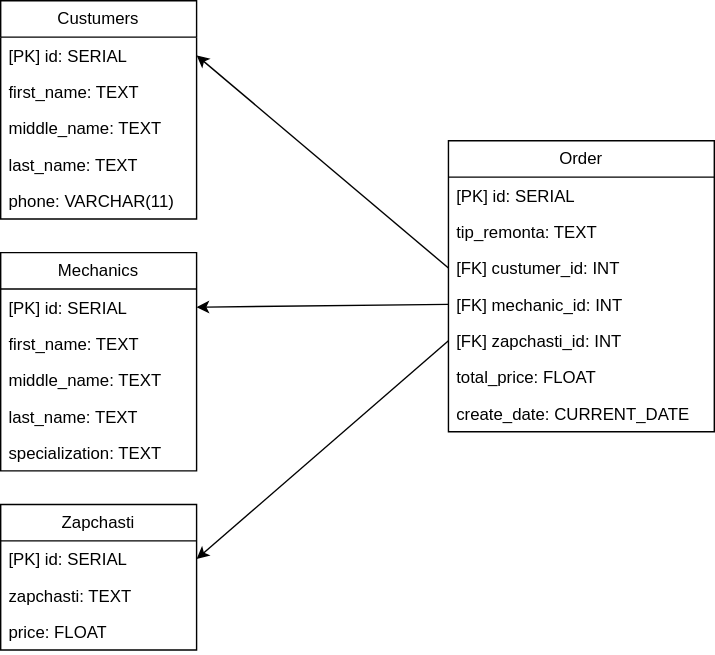
This is part_1/scheme/Service.svg from Goodchild21/Baza_autoservice, a draw.io export, as it was before one commit. Source tidied: cells renumbered, new cells last; positions are measured from the earlier drawing's top-left corner, leaving out a move shared by most shapes.
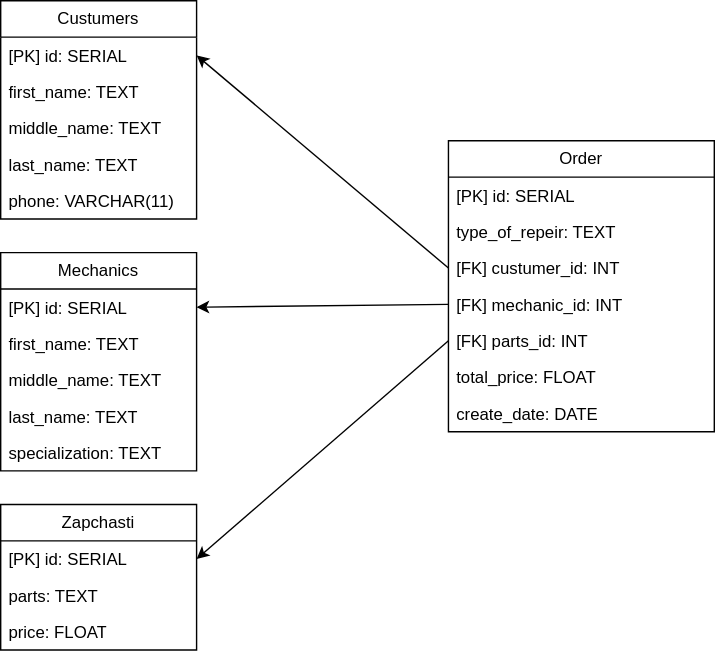
Above is the later version.

Change to the diagram source:
```diff
@@ -44,7 +44,7 @@
     <mxCell id="15" value="[PK] id: SERIAL" style="text;strokeColor=none;fillColor=none;align=left;verticalAlign=top;spacingLeft=4;spacingRight=4;overflow=hidden;points=[[0,0.5],[1,0.5]];portConstraint=eastwest;whiteSpace=wrap;html=1;" parent="14" vertex="1">
       <mxGeometry y="26" width="140" height="26" as="geometry" />
     </mxCell>
-    <mxCell id="16" value="zapchasti: TEXT" style="text;strokeColor=none;fillColor=none;align=left;verticalAlign=top;spacingLeft=4;spacingRight=4;overflow=hidden;whiteSpace=wrap;html=1;" parent="14" vertex="1">
+    <mxCell id="16" value="parts: TEXT" style="text;strokeColor=none;fillColor=none;align=left;verticalAlign=top;spacingLeft=4;spacingRight=4;overflow=hidden;whiteSpace=wrap;html=1;" parent="14" vertex="1">
       <mxGeometry y="52" width="140" height="26" as="geometry" />
     </mxCell>
     <mxCell id="17" value="price: FLOAT" style="text;strokeColor=none;fillColor=none;align=left;verticalAlign=top;spacingLeft=4;spacingRight=4;overflow=hidden;whiteSpace=wrap;html=1;" parent="14" vertex="1">
@@ -56,7 +56,7 @@
     <mxCell id="19" value="[PK] id: SERIAL" style="text;strokeColor=none;fillColor=none;align=left;verticalAlign=top;spacingLeft=4;spacingRight=4;overflow=hidden;whiteSpace=wrap;html=1;" parent="18" vertex="1">
       <mxGeometry y="26" width="190" height="26" as="geometry" />
     </mxCell>
-    <mxCell id="20" value="tip_remonta: TEXT" style="text;strokeColor=none;fillColor=none;align=left;verticalAlign=top;spacingLeft=4;spacingRight=4;overflow=hidden;whiteSpace=wrap;html=1;" parent="18" vertex="1">
+    <mxCell id="20" value="type_of_repeir: TEXT" style="text;strokeColor=none;fillColor=none;align=left;verticalAlign=top;spacingLeft=4;spacingRight=4;overflow=hidden;whiteSpace=wrap;html=1;" parent="18" vertex="1">
       <mxGeometry y="52" width="190" height="26" as="geometry" />
     </mxCell>
     <mxCell id="21" value="[FK] custumer_id: INT" style="text;strokeColor=none;fillColor=none;align=left;verticalAlign=top;spacingLeft=4;spacingRight=4;overflow=hidden;points=[[0,0.5],[1,0.5]];portConstraint=eastwest;whiteSpace=wrap;html=1;" parent="18" vertex="1">
@@ -65,13 +65,13 @@
     <mxCell id="22" value="[FK] mechanic_id: INT" style="text;strokeColor=none;fillColor=none;align=left;verticalAlign=top;spacingLeft=4;spacingRight=4;overflow=hidden;points=[[0,0.5],[1,0.5]];portConstraint=eastwest;whiteSpace=wrap;html=1;" parent="18" vertex="1">
       <mxGeometry y="104" width="190" height="26" as="geometry" />
     </mxCell>
-    <mxCell id="23" value="[FK] zapchasti_id: INT" style="text;strokeColor=none;fillColor=none;align=left;verticalAlign=top;spacingLeft=4;spacingRight=4;overflow=hidden;points=[[0,0.5],[1,0.5]];portConstraint=eastwest;whiteSpace=wrap;html=1;" parent="18" vertex="1">
+    <mxCell id="23" value="[FK] parts_id: INT" style="text;strokeColor=none;fillColor=none;align=left;verticalAlign=top;spacingLeft=4;spacingRight=4;overflow=hidden;points=[[0,0.5],[1,0.5]];portConstraint=eastwest;whiteSpace=wrap;html=1;" parent="18" vertex="1">
       <mxGeometry y="130" width="190" height="26" as="geometry" />
     </mxCell>
     <mxCell id="24" value="total_price: FLOAT" style="text;strokeColor=none;fillColor=none;align=left;verticalAlign=top;spacingLeft=4;spacingRight=4;overflow=hidden;whiteSpace=wrap;html=1;" parent="18" vertex="1">
       <mxGeometry y="156" width="190" height="26" as="geometry" />
     </mxCell>
-    <mxCell id="25" value="create_date: CURRENT_DATE" style="text;strokeColor=none;fillColor=none;align=left;verticalAlign=top;spacingLeft=4;spacingRight=4;overflow=hidden;whiteSpace=wrap;html=1;" parent="18" vertex="1">
+    <mxCell id="25" value="create_date: DATE" style="text;strokeColor=none;fillColor=none;align=left;verticalAlign=top;spacingLeft=4;spacingRight=4;overflow=hidden;whiteSpace=wrap;html=1;" parent="18" vertex="1">
       <mxGeometry y="182" width="190" height="26" as="geometry" />
     </mxCell>
     <mxCell id="26" style="endArrow=classic;html=1;rounded=0;entryX=1;entryY=0.5;entryDx=0;entryDy=0;exitX=0;exitY=0.5;exitDx=0;exitDy=0;" parent="1" edge="1" source="21" target="3">
```
